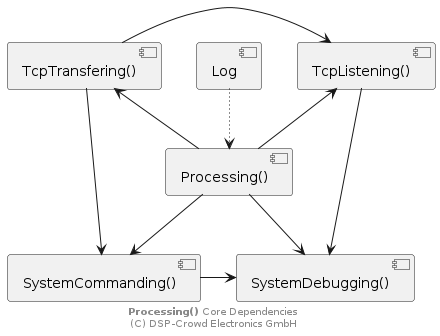
The PlantUML diagram doc/system/core-dependencies.png in NoOrientationProgramming/ProcessingTutorials, before a commit. The source it was exported from:
```plantuml
@startuml


component Log as log
component "Processing()" as proc
component "SystemCommanding()" as cmd
component "SystemDebugging()" as dbg
component "TcpListening()" as lst
component "TcpTransfering()" as trans

proc --> cmd
proc --> dbg
cmd -> dbg

proc -u-> trans
proc -u-> lst
trans -> lst

lst -> dbg
trans -> cmd

log -[dotted]d-> proc

footer **Processing()** Core Dependencies \n(C) DSP-Crowd Electronics GmbH

@enduml
```
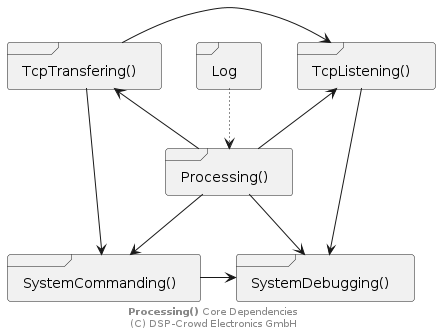
The same diagram one commit later.

What changed in the source:
```diff
@@ -1,12 +1,12 @@
 @startuml
 
 
-component Log as log
-component "Processing()" as proc
-component "SystemCommanding()" as cmd
-component "SystemDebugging()" as dbg
-component "TcpListening()" as lst
-component "TcpTransfering()" as trans
+frame Log as log
+frame "Processing()" as proc
+frame "SystemCommanding()" as cmd
+frame "SystemDebugging()" as dbg
+frame "TcpListening()" as lst
+frame "TcpTransfering()" as trans
 
 proc --> cmd
 proc --> dbg
```
